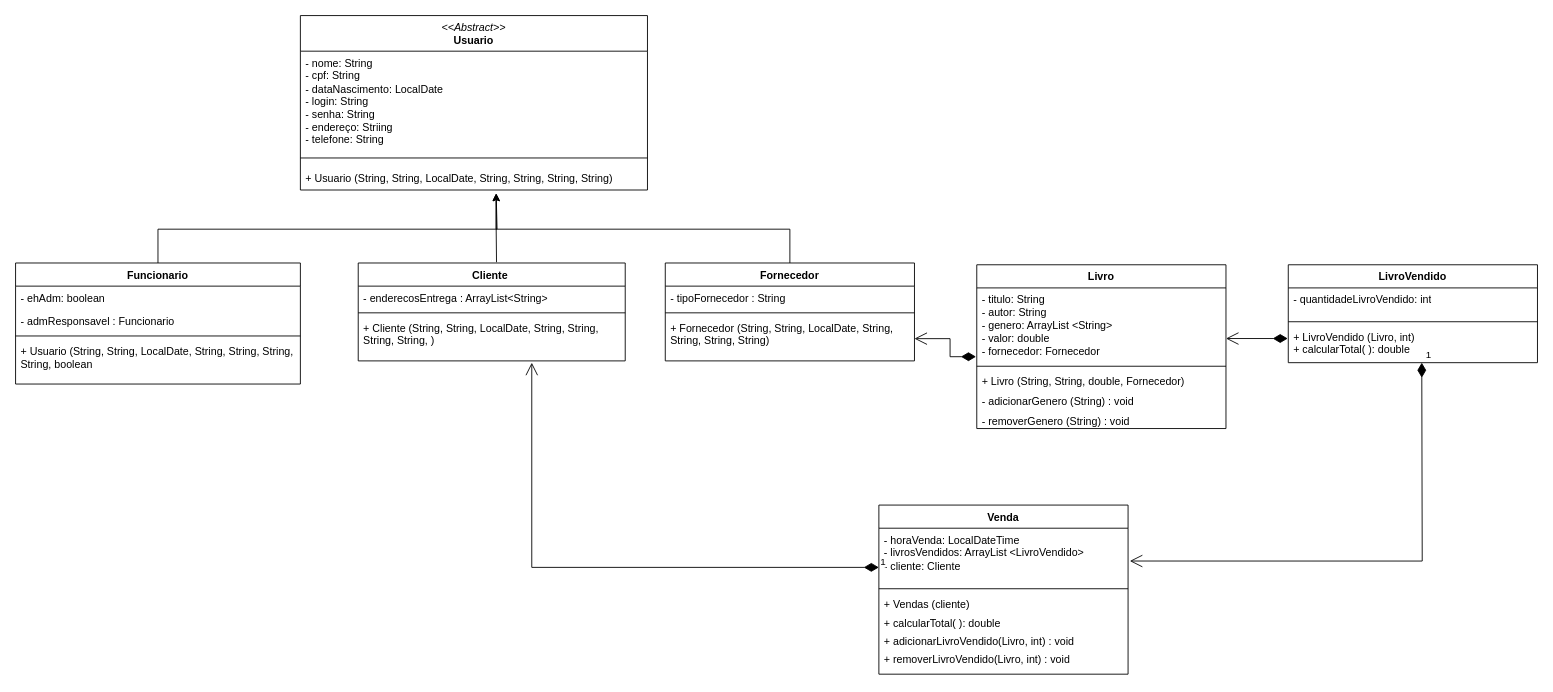
Earlier version of the draw.io diagram Projeto.drawio (Rliveira/ReadEasy). Source tidied: cells renumbered, new cells numbered last; positions are measured from the earlier drawing's top-left corner, leaving out a move shared by most shapes. Both pictures are drawn from the tidied source at 89%, with x=0, y=0 at pixel (15, 15).
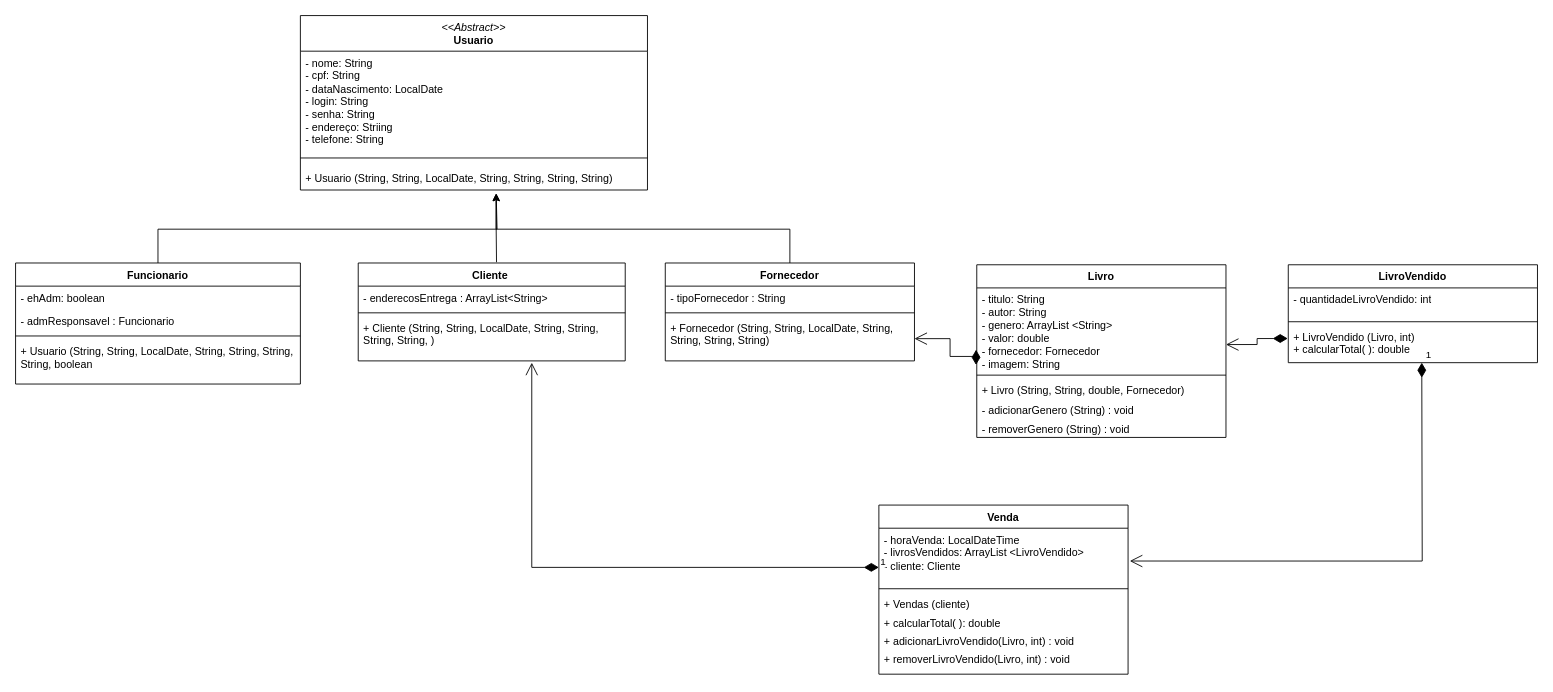
After the change.

The edit, as a diff of the source:
```diff
@@
     <mxCell id="21" value="Livro" style="swimlane;fontStyle=1;align=center;verticalAlign=top;horizontal=1;startSize=26;whiteSpace=wrap;html=1;" parent="1" vertex="1">
-      <mxGeometry x="1080" y="280" width="280" height="184" as="geometry" />
+      <mxGeometry x="1080" y="280" width="280" height="194" as="geometry" />
     </mxCell>
-    <mxCell id="22" value="- titulo: String&lt;br&gt;- autor: String&amp;nbsp;&lt;br&gt;- genero: ArrayList &amp;lt;String&amp;gt;&lt;br&gt;- valor: double&lt;br&gt;- fornecedor: Fornecedor" style="text;strokeColor=none;fillColor=none;align=left;verticalAlign=top;spacingLeft=4;spacingRight=4;overflow=hidden;points=[[0,0.5],[1,0.5]];portConstraint=eastwest;whiteSpace=wrap;html=1;" parent="21" vertex="1">
-      <mxGeometry y="26" width="280" height="84" as="geometry" />
+    <mxCell id="22" value="- titulo: String&lt;br&gt;- autor: String&amp;nbsp;&lt;br&gt;- genero: ArrayList &amp;lt;String&amp;gt;&lt;br&gt;- valor: double&lt;br&gt;- fornecedor: Fornecedor&lt;br&gt;- imagem: String" style="text;strokeColor=none;fillColor=none;align=left;verticalAlign=top;spacingLeft=4;spacingRight=4;overflow=hidden;points=[[0,0.5],[1,0.5]];portConstraint=eastwest;whiteSpace=wrap;html=1;" parent="21" vertex="1">
+      <mxGeometry y="26" width="280" height="94" as="geometry" />
     </mxCell>
     <mxCell id="23" style="line;strokeWidth=1;fillColor=none;align=left;verticalAlign=middle;spacingTop=-1;spacingLeft=3;spacingRight=3;labelPosition=right;strokeColor=inherit;" parent="21" vertex="1">
-      <mxGeometry y="110" width="280" height="8" as="geometry" />
+      <mxGeometry y="120" width="280" height="8" as="geometry" />
     </mxCell>
     <mxCell id="24" value="+ Livro (String, String, double, Fornecedor)&amp;nbsp;" style="text;strokeColor=none;fillColor=none;align=left;verticalAlign=top;spacingLeft=4;spacingRight=4;overflow=hidden;whiteSpace=wrap;html=1;" parent="21" vertex="1">
-      <mxGeometry y="118" width="280" height="22" as="geometry" />
+      <mxGeometry y="128" width="280" height="22" as="geometry" />
     </mxCell>
     <mxCell id="25" value="- adicionarGenero (String) : void" style="text;strokeColor=none;fillColor=none;align=left;verticalAlign=top;spacingLeft=4;spacingRight=4;overflow=hidden;whiteSpace=wrap;html=1;" parent="21" vertex="1">
-      <mxGeometry y="140" width="280" height="22" as="geometry" />
+      <mxGeometry y="150" width="280" height="22" as="geometry" />
     </mxCell>
     <mxCell id="26" value="- removerGenero (String) : void" style="text;strokeColor=none;fillColor=none;align=left;verticalAlign=top;spacingLeft=4;spacingRight=4;overflow=hidden;whiteSpace=wrap;html=1;" parent="21" vertex="1">
-      <mxGeometry y="162" width="280" height="22" as="geometry" />
+      <mxGeometry y="172" width="280" height="22" as="geometry" />
     </mxCell>
```
